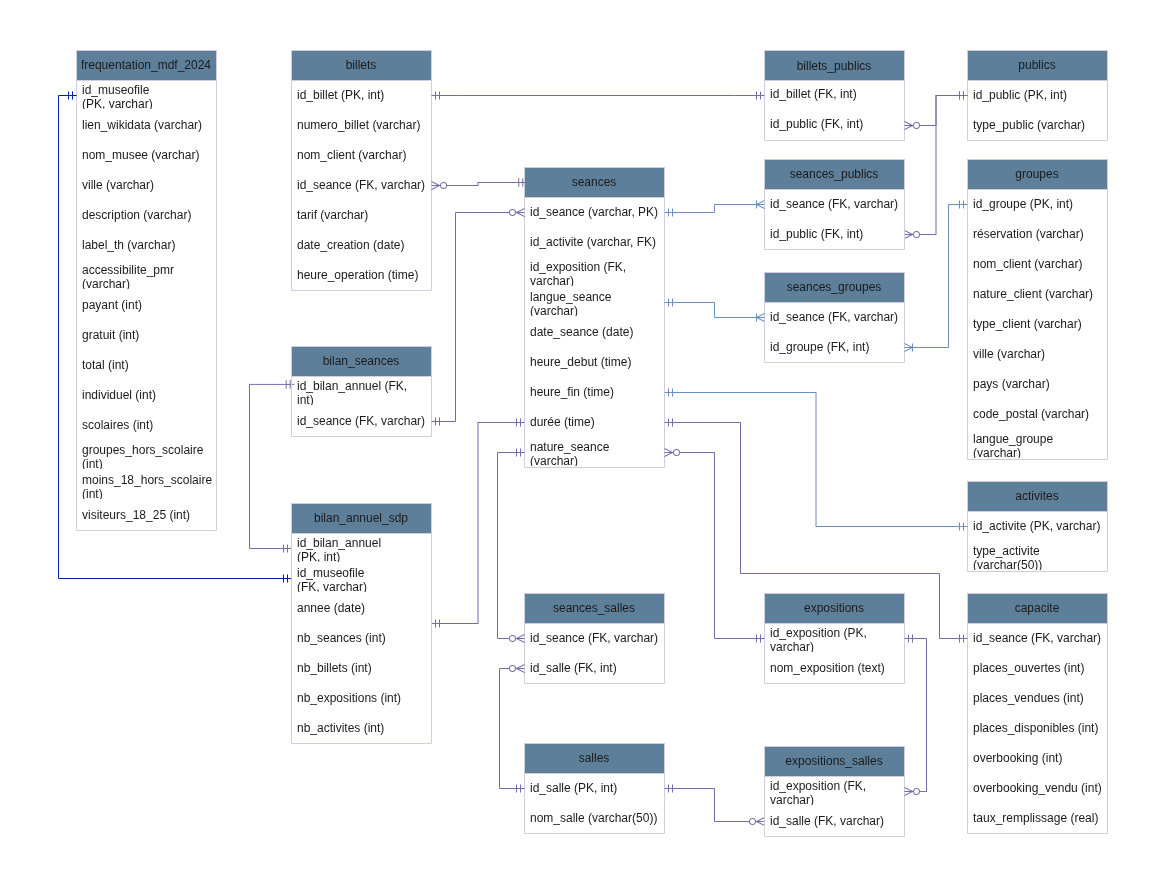
Above: madata_modele_logique_final.drawio.png in ArthurDouilly/TNAH_MADATA_DB (draw.io), before the change. Source tidied: cells renumbered, new cells last; positions are measured from the earlier drawing's top-left corner, leaving out a move shared by most shapes.
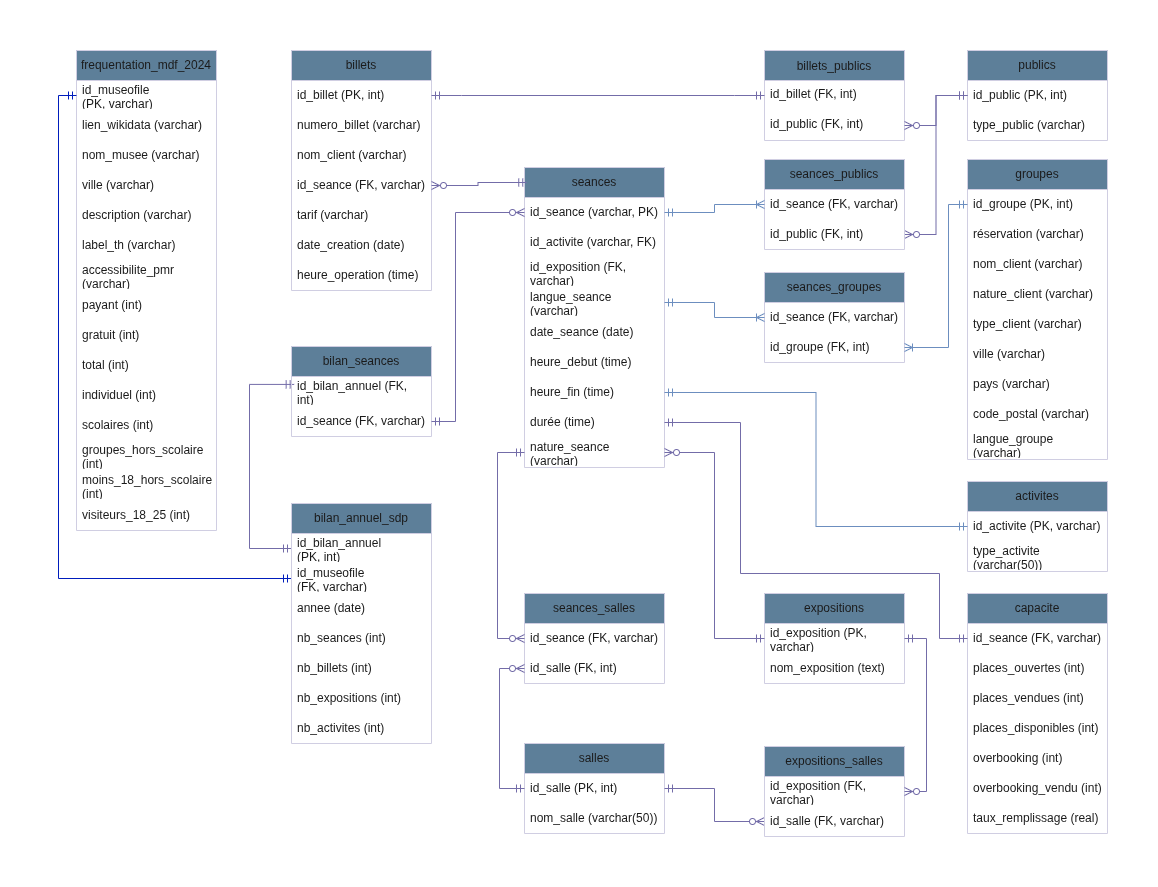
After the change.

Commit message:
[FIX] Correction d'une erreur sur le modèle logique

Change to the diagram source:
```diff
@@ -125,9 +125,6 @@
     <mxCell id="42" value="taux_remplissage (real)" style="text;strokeColor=none;fillColor=none;align=left;verticalAlign=middle;spacingLeft=4;spacingRight=4;overflow=hidden;whiteSpace=wrap;html=1;labelBackgroundColor=none;fontColor=#1A1A1A;" parent="35" vertex="1">
       <mxGeometry y="210" width="140" height="30" as="geometry" />
     </mxCell>
-    <mxCell id="43" style="edgeStyle=orthogonalEdgeStyle;fontSize=12;html=1;endArrow=ERmandOne;startArrow=ERmandOne;rounded=0;exitX=1;exitY=0.5;exitDx=0;exitDy=0;entryX=0;entryY=0.5;entryDx=0;entryDy=0;labelBackgroundColor=none;fontColor=default;strokeColor=#736CA8;" parent="1" edge="1" source="95" target="10">
-      <mxGeometry relative="1" as="geometry" />
-    </mxCell>
     <mxCell id="44" style="edgeStyle=orthogonalEdgeStyle;fontSize=12;html=1;endArrow=ERzeroToMany;startArrow=ERmandOne;rounded=0;exitX=0.016;exitY=0.05;exitDx=0;exitDy=0;entryX=1;entryY=0.5;entryDx=0;entryDy=0;labelBackgroundColor=none;fontColor=default;strokeColor=#736CA8;exitPerimeter=0;" parent="1" edge="1" source="2" target="19">
       <mxGeometry relative="1" as="geometry" />
     </mxCell>
```
